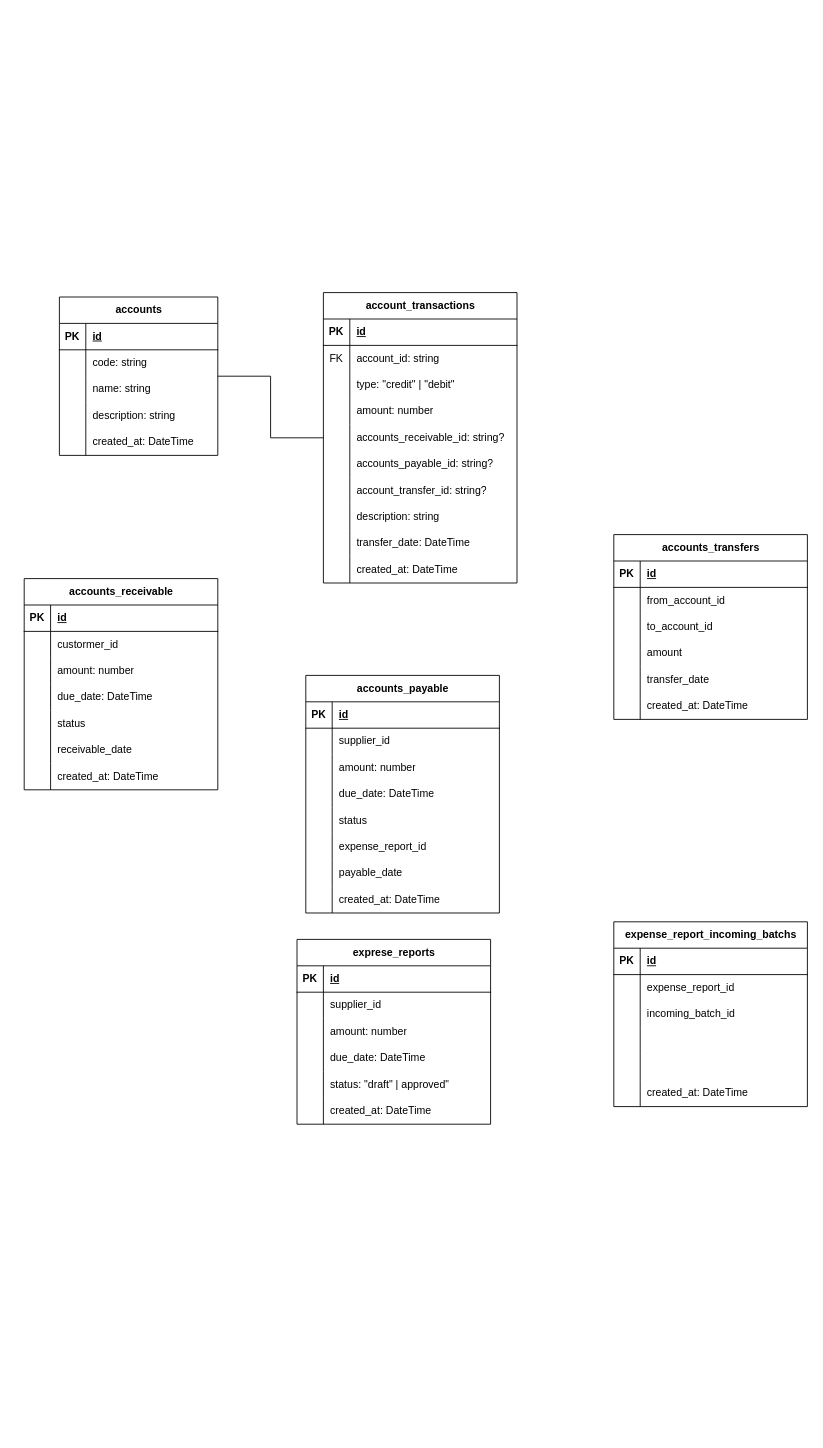
eldoncosta1/diagrams keeps this draw.io diagram as Maanain-Roles.drawio. Above is the earlier version. Source tidied: cells renumbered, new cells numbered last; positions are measured from the earlier drawing's top-left corner, leaving out a move shared by most shapes. Both pictures are drawn from the tidied source at 88%, with x=0, y=0 at pixel (24, 292).
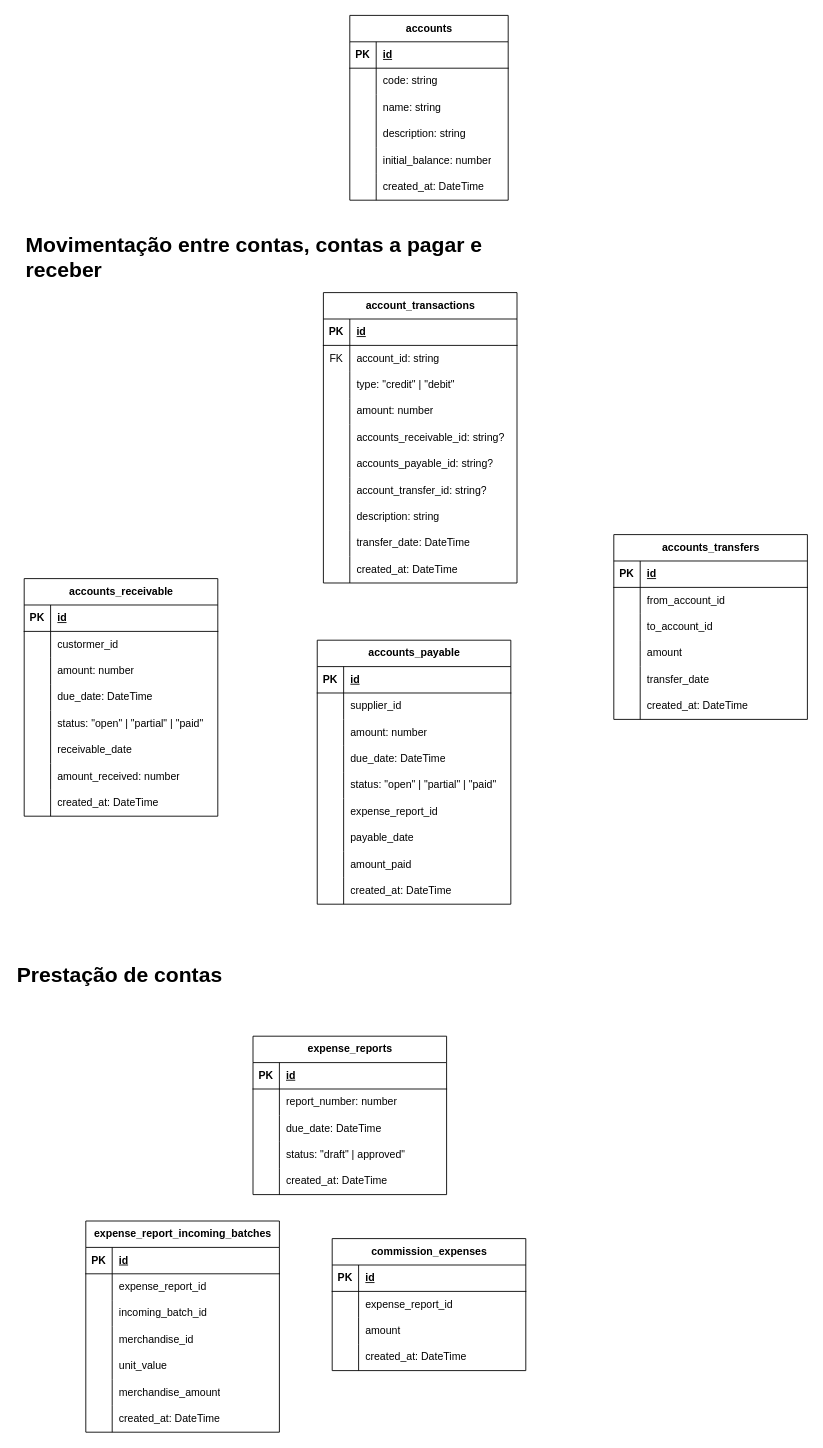
The same page after the edit.

The change refers to these unchanged cells:
```xml
<mxCell id="15" style="shape=tableRow;horizontal=0;startSize=0;swimlaneHead=0;swimlaneBody=0;fillColor=none;top=0;left=0;right=0;bottom=0;" parent="2" vertex="1">
  <mxGeometry y="150" width="180" height="30" as="geometry" />
</mxCell>
<mxCell id="19" value="account_transactions" style="shape=table;startSize=30;childLayout=tableLayout;rowLines=0;fontStyle=1;align=center;html=1;" parent="1" vertex="1">
  <mxGeometry x="340" width="220" height="330" as="geometry" />
</mxCell>
<mxCell id="63" style="shape=tableRow;horizontal=0;startSize=0;swimlaneHead=0;swimlaneBody=0;fillColor=none;top=0;left=0;right=0;bottom=0;" parent="50" vertex="1">
  <mxGeometry y="150" width="220" height="30" as="geometry" />
</mxCell>
<mxCell id="69" style="shape=tableRow;horizontal=0;startSize=0;swimlaneHead=0;swimlaneBody=0;fillColor=none;top=0;left=0;right=0;bottom=0;" parent="50" vertex="1">
  <mxGeometry y="210" width="220" height="30" as="geometry" />
</mxCell>
<mxCell id="85" style="shape=tableRow;horizontal=0;startSize=0;swimlaneHead=0;swimlaneBody=0;fillColor=none;top=0;left=0;right=0;bottom=0;" parent="72" vertex="1">
  <mxGeometry y="150" width="220" height="30" as="geometry" />
</mxCell>
<mxCell id="94" style="shape=tableRow;horizontal=0;startSize=0;swimlaneHead=0;swimlaneBody=0;fillColor=none;top=0;left=0;right=0;bottom=0;" parent="72" vertex="1">
  <mxGeometry y="240" width="220" height="30" as="geometry" />
</mxCell>
```

The edit, as a diff of the source:
```diff
@@
     <mxCell id="2" value="accounts" style="shape=table;startSize=30;childLayout=tableLayout;rowLines=0;fontStyle=1;align=center;html=1;" parent="1" vertex="1">
-      <mxGeometry x="40" y="5" width="180" height="180" as="geometry" />
+      <mxGeometry x="370" y="-315" width="180" height="210" as="geometry" />
     </mxCell>
@@
-    <mxCell id="17" value="created_at: DateTime" style="shape=partialRectangle;fillColor=none;top=0;left=0;bottom=0;right=0;align=left;spacingLeft=6;overflow=hidden;whiteSpace=wrap;html=1;" parent="15" vertex="1">
+    <mxCell id="17" value="initial_balance: number" style="shape=partialRectangle;fillColor=none;top=0;left=0;bottom=0;right=0;align=left;spacingLeft=6;overflow=hidden;whiteSpace=wrap;html=1;" parent="15" vertex="1">
       <mxGeometry x="30" width="150" height="30" as="geometry" />
     </mxCell>
-    <mxCell id="18" style="edgeStyle=orthogonalEdgeStyle;rounded=0;jettySize=auto;html=1;entryX=1;entryY=0.5;entryDx=0;entryDy=0;endArrow=none;startFill=0;endFill=0;" parent="1" edge="1" source="19" target="2">
-      <mxGeometry relative="1" as="geometry" />
-    </mxCell>
+    <mxCell id="154" style="shape=tableRow;horizontal=0;startSize=0;swimlaneHead=0;swimlaneBody=0;fillColor=none;top=0;left=0;right=0;bottom=0;" parent="2" vertex="1">
+      <mxGeometry y="180" width="180" height="30" as="geometry" />
+    </mxCell>
+    <mxCell id="155" style="shape=partialRectangle;fillColor=none;top=0;left=0;bottom=0;right=0;overflow=hidden;whiteSpace=wrap;html=1;" parent="154" vertex="1">
+      <mxGeometry width="30" height="30" as="geometry" />
+    </mxCell>
+    <mxCell id="156" value="created_at: DateTime" style="shape=partialRectangle;fillColor=none;top=0;left=0;bottom=0;right=0;align=left;spacingLeft=6;overflow=hidden;whiteSpace=wrap;html=1;" parent="154" vertex="1">
+      <mxGeometry x="30" width="150" height="30" as="geometry" />
+    </mxCell>
@@
     <mxCell id="50" value="accounts_receivable" style="shape=table;startSize=30;childLayout=tableLayout;rowLines=0;fontStyle=1;align=center;html=1;" parent="1" vertex="1">
-      <mxGeometry y="325" width="220" height="240" as="geometry" />
+      <mxGeometry y="325" width="220" height="270" as="geometry" />
     </mxCell>
@@
-    <mxCell id="65" value="status" style="shape=partialRectangle;fillColor=none;top=0;left=0;bottom=0;right=0;align=left;spacingLeft=6;overflow=hidden;whiteSpace=wrap;html=1;" parent="63" vertex="1">
+    <mxCell id="65" value="status: &quot;open&quot; | &quot;partial&quot; | &quot;paid&quot;" style="shape=partialRectangle;fillColor=none;top=0;left=0;bottom=0;right=0;align=left;spacingLeft=6;overflow=hidden;whiteSpace=wrap;html=1;" parent="63" vertex="1">
       <mxGeometry x="30" width="190" height="30" as="geometry" />
     </mxCell>
@@
-    <mxCell id="71" value="created_at: DateTime" style="shape=partialRectangle;fillColor=none;top=0;left=0;bottom=0;right=0;align=left;spacingLeft=6;overflow=hidden;whiteSpace=wrap;html=1;" parent="69" vertex="1">
+    <mxCell id="71" value="amount_received: number" style="shape=partialRectangle;fillColor=none;top=0;left=0;bottom=0;right=0;align=left;spacingLeft=6;overflow=hidden;whiteSpace=wrap;html=1;" parent="69" vertex="1">
       <mxGeometry x="30" width="190" height="30" as="geometry" />
     </mxCell>
+    <mxCell id="157" style="shape=tableRow;horizontal=0;startSize=0;swimlaneHead=0;swimlaneBody=0;fillColor=none;top=0;left=0;right=0;bottom=0;" parent="50" vertex="1">
+      <mxGeometry y="240" width="220" height="30" as="geometry" />
+    </mxCell>
+    <mxCell id="158" style="shape=partialRectangle;fillColor=none;top=0;left=0;bottom=0;right=0;overflow=hidden;whiteSpace=wrap;html=1;" parent="157" vertex="1">
+      <mxGeometry width="30" height="30" as="geometry" />
+    </mxCell>
+    <mxCell id="159" value="created_at: DateTime" style="shape=partialRectangle;fillColor=none;top=0;left=0;bottom=0;right=0;align=left;spacingLeft=6;overflow=hidden;whiteSpace=wrap;html=1;" parent="157" vertex="1">
+      <mxGeometry x="30" width="190" height="30" as="geometry" />
+    </mxCell>
     <mxCell id="72" value="accounts_payable" style="shape=table;startSize=30;childLayout=tableLayout;rowLines=0;fontStyle=1;align=center;html=1;" parent="1" vertex="1">
-      <mxGeometry x="320" y="435" width="220" height="270" as="geometry" />
+      <mxGeometry x="333" y="395" width="220" height="300" as="geometry" />
     </mxCell>
@@
-    <mxCell id="87" value="status" style="shape=partialRectangle;fillColor=none;top=0;left=0;bottom=0;right=0;align=left;spacingLeft=6;overflow=hidden;whiteSpace=wrap;html=1;" parent="85" vertex="1">
+    <mxCell id="87" value="status: &quot;open&quot; | &quot;partial&quot; | &quot;paid&quot;" style="shape=partialRectangle;fillColor=none;top=0;left=0;bottom=0;right=0;align=left;spacingLeft=6;overflow=hidden;whiteSpace=wrap;html=1;" parent="85" vertex="1">
       <mxGeometry x="30" width="190" height="30" as="geometry" />
     </mxCell>
@@
-    <mxCell id="96" value="created_at: DateTime" style="shape=partialRectangle;fillColor=none;top=0;left=0;bottom=0;right=0;align=left;spacingLeft=6;overflow=hidden;whiteSpace=wrap;html=1;" parent="94" vertex="1">
+    <mxCell id="96" value="amount_paid" style="shape=partialRectangle;fillColor=none;top=0;left=0;bottom=0;right=0;align=left;spacingLeft=6;overflow=hidden;whiteSpace=wrap;html=1;" parent="94" vertex="1">
       <mxGeometry x="30" width="190" height="30" as="geometry" />
     </mxCell>
+    <mxCell id="160" style="shape=tableRow;horizontal=0;startSize=0;swimlaneHead=0;swimlaneBody=0;fillColor=none;top=0;left=0;right=0;bottom=0;" parent="72" vertex="1">
+      <mxGeometry y="270" width="220" height="30" as="geometry" />
+    </mxCell>
+    <mxCell id="161" style="shape=partialRectangle;fillColor=none;top=0;left=0;bottom=0;right=0;overflow=hidden;whiteSpace=wrap;html=1;" parent="160" vertex="1">
+      <mxGeometry width="30" height="30" as="geometry" />
+    </mxCell>
+    <mxCell id="162" value="created_at: DateTime" style="shape=partialRectangle;fillColor=none;top=0;left=0;bottom=0;right=0;align=left;spacingLeft=6;overflow=hidden;whiteSpace=wrap;html=1;" parent="160" vertex="1">
+      <mxGeometry x="30" width="190" height="30" as="geometry" />
+    </mxCell>
@@
-    <mxCell id="116" value="exprese_reports" style="shape=table;startSize=30;childLayout=tableLayout;rowLines=0;fontStyle=1;align=center;html=1;" parent="1" vertex="1">
-      <mxGeometry x="310" y="735" width="220" height="210" as="geometry" />
+    <mxCell id="116" value="expen&lt;span style=&quot;background-color: transparent; color: light-dark(rgb(0, 0, 0), rgb(255, 255, 255));&quot;&gt;se_reports&lt;/span&gt;" style="shape=table;startSize=30;childLayout=tableLayout;rowLines=0;fontStyle=1;align=center;html=1;" parent="1" vertex="1">
+      <mxGeometry x="260" y="845" width="220" height="180" as="geometry" />
     </mxCell>
@@
-    <mxCell id="120" style="shape=tableRow;horizontal=0;startSize=0;swimlaneHead=0;swimlaneBody=0;fillColor=none;top=0;left=0;right=0;bottom=0;" parent="116" vertex="1">
-      <mxGeometry y="60" width="220" height="30" as="geometry" />
-    </mxCell>
-    <mxCell id="121" style="shape=partialRectangle;fillColor=none;top=0;left=0;bottom=0;right=0;overflow=hidden;whiteSpace=wrap;html=1;" parent="120" vertex="1">
-      <mxGeometry width="30" height="30" as="geometry" />
-    </mxCell>
-    <mxCell id="122" value="supplier_id" style="shape=partialRectangle;fillColor=none;top=0;left=0;bottom=0;right=0;align=left;spacingLeft=6;overflow=hidden;whiteSpace=wrap;html=1;" parent="120" vertex="1">
-      <mxGeometry x="30" width="190" height="30" as="geometry" />
-    </mxCell>
     <mxCell id="123" style="shape=tableRow;horizontal=0;startSize=0;swimlaneHead=0;swimlaneBody=0;fillColor=none;top=0;left=0;right=0;bottom=0;" parent="116" vertex="1">
-      <mxGeometry y="90" width="220" height="30" as="geometry" />
+      <mxGeometry y="60" width="220" height="30" as="geometry" />
     </mxCell>
@@
-    <mxCell id="125" value="amount: number" style="shape=partialRectangle;fillColor=none;top=0;left=0;bottom=0;right=0;align=left;spacingLeft=6;overflow=hidden;whiteSpace=wrap;html=1;" parent="123" vertex="1">
+    <mxCell id="125" value="report_number: number" style="shape=partialRectangle;fillColor=none;top=0;left=0;bottom=0;right=0;align=left;spacingLeft=6;overflow=hidden;whiteSpace=wrap;html=1;" parent="123" vertex="1">
       <mxGeometry x="30" width="190" height="30" as="geometry" />
     </mxCell>
     <mxCell id="126" style="shape=tableRow;horizontal=0;startSize=0;swimlaneHead=0;swimlaneBody=0;fillColor=none;top=0;left=0;right=0;bottom=0;" parent="116" vertex="1">
-      <mxGeometry y="120" width="220" height="30" as="geometry" />
+      <mxGeometry y="90" width="220" height="30" as="geometry" />
     </mxCell>
@@
     <mxCell id="129" style="shape=tableRow;horizontal=0;startSize=0;swimlaneHead=0;swimlaneBody=0;fillColor=none;top=0;left=0;right=0;bottom=0;" parent="116" vertex="1">
-      <mxGeometry y="150" width="220" height="30" as="geometry" />
+      <mxGeometry y="120" width="220" height="30" as="geometry" />
     </mxCell>
@@
     <mxCell id="132" style="shape=tableRow;horizontal=0;startSize=0;swimlaneHead=0;swimlaneBody=0;fillColor=none;top=0;left=0;right=0;bottom=0;" parent="116" vertex="1">
-      <mxGeometry y="180" width="220" height="30" as="geometry" />
+      <mxGeometry y="150" width="220" height="30" as="geometry" />
     </mxCell>
@@
-    <mxCell id="135" value="expense_report_incoming_batchs" style="shape=table;startSize=30;childLayout=tableLayout;rowLines=0;fontStyle=1;align=center;html=1;" parent="1" vertex="1">
-      <mxGeometry x="670" y="715" width="220" height="210" as="geometry" />
+    <mxCell id="135" value="expense_report_incoming_batches" style="shape=table;startSize=30;childLayout=tableLayout;rowLines=0;fontStyle=1;align=center;html=1;" parent="1" vertex="1">
+      <mxGeometry x="70" y="1055" width="220" height="240" as="geometry" />
     </mxCell>
@@
-    <mxCell id="145" style="shape=tableRow;horizontal=0;startSize=0;swimlaneHead=0;swimlaneBody=0;fillColor=none;top=0;left=0;right=0;bottom=0;" parent="135" vertex="1">
-      <mxGeometry y="120" width="220" height="30" as="geometry" />
-    </mxCell>
-    <mxCell id="146" style="shape=partialRectangle;fillColor=none;top=0;left=0;bottom=0;right=0;overflow=hidden;whiteSpace=wrap;html=1;" parent="145" vertex="1">
-      <mxGeometry width="30" height="30" as="geometry" />
-    </mxCell>
-    <mxCell id="147" style="shape=partialRectangle;fillColor=none;top=0;left=0;bottom=0;right=0;align=left;spacingLeft=6;overflow=hidden;whiteSpace=wrap;html=1;" parent="145" vertex="1">
-      <mxGeometry x="30" width="190" height="30" as="geometry" />
-    </mxCell>
-    <mxCell id="148" style="shape=tableRow;horizontal=0;startSize=0;swimlaneHead=0;swimlaneBody=0;fillColor=none;top=0;left=0;right=0;bottom=0;" parent="135" vertex="1">
-      <mxGeometry y="150" width="220" height="30" as="geometry" />
-    </mxCell>
-    <mxCell id="149" style="shape=partialRectangle;fillColor=none;top=0;left=0;bottom=0;right=0;overflow=hidden;whiteSpace=wrap;html=1;" parent="148" vertex="1">
-      <mxGeometry width="30" height="30" as="geometry" />
-    </mxCell>
-    <mxCell id="150" style="shape=partialRectangle;fillColor=none;top=0;left=0;bottom=0;right=0;align=left;spacingLeft=6;overflow=hidden;whiteSpace=wrap;html=1;" parent="148" vertex="1">
-      <mxGeometry x="30" width="190" height="30" as="geometry" />
-    </mxCell>
     <mxCell id="151" style="shape=tableRow;horizontal=0;startSize=0;swimlaneHead=0;swimlaneBody=0;fillColor=none;top=0;left=0;right=0;bottom=0;" parent="135" vertex="1">
-      <mxGeometry y="180" width="220" height="30" as="geometry" />
+      <mxGeometry y="120" width="220" height="30" as="geometry" />
     </mxCell>
@@
-    <mxCell id="153" value="created_at: DateTime" style="shape=partialRectangle;fillColor=none;top=0;left=0;bottom=0;right=0;align=left;spacingLeft=6;overflow=hidden;whiteSpace=wrap;html=1;" parent="151" vertex="1">
+    <mxCell id="153" value="merchandise_id" style="shape=partialRectangle;fillColor=none;top=0;left=0;bottom=0;right=0;align=left;spacingLeft=6;overflow=hidden;whiteSpace=wrap;html=1;" parent="151" vertex="1">
       <mxGeometry x="30" width="190" height="30" as="geometry" />
     </mxCell>
+    <mxCell id="148" style="shape=tableRow;horizontal=0;startSize=0;swimlaneHead=0;swimlaneBody=0;fillColor=none;top=0;left=0;right=0;bottom=0;" parent="135" vertex="1">
+      <mxGeometry y="150" width="220" height="30" as="geometry" />
+    </mxCell>
+    <mxCell id="163" style="shape=partialRectangle;fillColor=none;top=0;left=0;bottom=0;right=0;overflow=hidden;whiteSpace=wrap;html=1;" parent="148" vertex="1">
+      <mxGeometry width="30" height="30" as="geometry" />
+    </mxCell>
+    <mxCell id="164" value="unit_value" style="shape=partialRectangle;fillColor=none;top=0;left=0;bottom=0;right=0;align=left;spacingLeft=6;overflow=hidden;whiteSpace=wrap;html=1;" parent="148" vertex="1">
+      <mxGeometry x="30" width="190" height="30" as="geometry" />
+    </mxCell>
+    <mxCell id="165" style="shape=tableRow;horizontal=0;startSize=0;swimlaneHead=0;swimlaneBody=0;fillColor=none;top=0;left=0;right=0;bottom=0;" parent="135" vertex="1">
+      <mxGeometry y="180" width="220" height="30" as="geometry" />
+    </mxCell>
+    <mxCell id="166" style="shape=partialRectangle;fillColor=none;top=0;left=0;bottom=0;right=0;overflow=hidden;whiteSpace=wrap;html=1;" parent="165" vertex="1">
+      <mxGeometry width="30" height="30" as="geometry" />
+    </mxCell>
+    <mxCell id="167" value="merchandise_amount" style="shape=partialRectangle;fillColor=none;top=0;left=0;bottom=0;right=0;align=left;spacingLeft=6;overflow=hidden;whiteSpace=wrap;html=1;" parent="165" vertex="1">
+      <mxGeometry x="30" width="190" height="30" as="geometry" />
+    </mxCell>
+    <mxCell id="168" style="shape=tableRow;horizontal=0;startSize=0;swimlaneHead=0;swimlaneBody=0;fillColor=none;top=0;left=0;right=0;bottom=0;" parent="135" vertex="1">
+      <mxGeometry y="210" width="220" height="30" as="geometry" />
+    </mxCell>
+    <mxCell id="169" style="shape=partialRectangle;fillColor=none;top=0;left=0;bottom=0;right=0;overflow=hidden;whiteSpace=wrap;html=1;" parent="168" vertex="1">
+      <mxGeometry width="30" height="30" as="geometry" />
+    </mxCell>
+    <mxCell id="170" value="created_at: DateTime" style="shape=partialRectangle;fillColor=none;top=0;left=0;bottom=0;right=0;align=left;spacingLeft=6;overflow=hidden;whiteSpace=wrap;html=1;" parent="168" vertex="1">
+      <mxGeometry x="30" width="190" height="30" as="geometry" />
+    </mxCell>
+    <mxCell id="171" value="commission_expenses" style="shape=table;startSize=30;childLayout=tableLayout;rowLines=0;fontStyle=1;align=center;html=1;" parent="1" vertex="1">
+      <mxGeometry x="350" y="1075" width="220" height="150" as="geometry" />
+    </mxCell>
+    <mxCell id="172" style="shape=tableRow;horizontal=0;startSize=0;swimlaneHead=0;swimlaneBody=0;fillColor=none;top=0;left=0;right=0;bottom=1;" parent="171" vertex="1">
+      <mxGeometry y="30" width="220" height="30" as="geometry" />
+    </mxCell>
+    <mxCell id="173" value="PK" style="shape=partialRectangle;fillColor=none;top=0;left=0;bottom=0;right=0;fontStyle=1;overflow=hidden;whiteSpace=wrap;html=1;" parent="172" vertex="1">
+      <mxGeometry width="30" height="30" as="geometry" />
+    </mxCell>
+    <mxCell id="174" value="id" style="shape=partialRectangle;fillColor=none;top=0;left=0;bottom=0;right=0;align=left;spacingLeft=6;fontStyle=5;overflow=hidden;whiteSpace=wrap;html=1;" parent="172" vertex="1">
+      <mxGeometry x="30" width="190" height="30" as="geometry" />
+    </mxCell>
+    <mxCell id="120" style="shape=tableRow;horizontal=0;startSize=0;swimlaneHead=0;swimlaneBody=0;fillColor=none;top=0;left=0;right=0;bottom=0;" parent="171" vertex="1">
+      <mxGeometry y="60" width="220" height="30" as="geometry" />
+    </mxCell>
+    <mxCell id="175" style="shape=partialRectangle;fillColor=none;top=0;left=0;bottom=0;right=0;overflow=hidden;whiteSpace=wrap;html=1;" parent="120" vertex="1">
+      <mxGeometry width="30" height="30" as="geometry" />
+    </mxCell>
+    <mxCell id="176" value="expense_report_id" style="shape=partialRectangle;fillColor=none;top=0;left=0;bottom=0;right=0;align=left;spacingLeft=6;overflow=hidden;whiteSpace=wrap;html=1;" parent="120" vertex="1">
+      <mxGeometry x="30" width="190" height="30" as="geometry" />
+    </mxCell>
+    <mxCell id="177" style="shape=tableRow;horizontal=0;startSize=0;swimlaneHead=0;swimlaneBody=0;fillColor=none;top=0;left=0;right=0;bottom=0;" parent="171" vertex="1">
+      <mxGeometry y="90" width="220" height="30" as="geometry" />
+    </mxCell>
+    <mxCell id="178" style="shape=partialRectangle;fillColor=none;top=0;left=0;bottom=0;right=0;overflow=hidden;whiteSpace=wrap;html=1;" parent="177" vertex="1">
+      <mxGeometry width="30" height="30" as="geometry" />
+    </mxCell>
+    <mxCell id="179" value="amount" style="shape=partialRectangle;fillColor=none;top=0;left=0;bottom=0;right=0;align=left;spacingLeft=6;overflow=hidden;whiteSpace=wrap;html=1;" parent="177" vertex="1">
+      <mxGeometry x="30" width="190" height="30" as="geometry" />
+    </mxCell>
+    <mxCell id="145" style="shape=tableRow;horizontal=0;startSize=0;swimlaneHead=0;swimlaneBody=0;fillColor=none;top=0;left=0;right=0;bottom=0;" parent="171" vertex="1">
+      <mxGeometry y="120" width="220" height="30" as="geometry" />
+    </mxCell>
+    <mxCell id="180" style="shape=partialRectangle;fillColor=none;top=0;left=0;bottom=0;right=0;overflow=hidden;whiteSpace=wrap;html=1;" parent="145" vertex="1">
+      <mxGeometry width="30" height="30" as="geometry" />
+    </mxCell>
+    <mxCell id="181" value="created_at: DateTime" style="shape=partialRectangle;fillColor=none;top=0;left=0;bottom=0;right=0;align=left;spacingLeft=6;overflow=hidden;whiteSpace=wrap;html=1;" parent="145" vertex="1">
+      <mxGeometry x="30" width="190" height="30" as="geometry" />
+    </mxCell>
+    <mxCell id="182" value="&lt;h1 style=&quot;margin-top: 0px;&quot;&gt;Prestação de contas&lt;/h1&gt;" style="text;html=1;whiteSpace=wrap;overflow=hidden;rounded=0;" parent="1" vertex="1">
+      <mxGeometry x="-10" y="755" width="560" height="60" as="geometry" />
+    </mxCell>
+    <mxCell id="183" value="&lt;h1 style=&quot;margin-top: 0px;&quot;&gt;Movimentação entre contas, contas a pagar e receber&lt;/h1&gt;" style="text;html=1;whiteSpace=wrap;overflow=hidden;rounded=0;" parent="1" vertex="1">
+      <mxGeometry y="-75" width="560" height="60" as="geometry" />
+    </mxCell>
```
